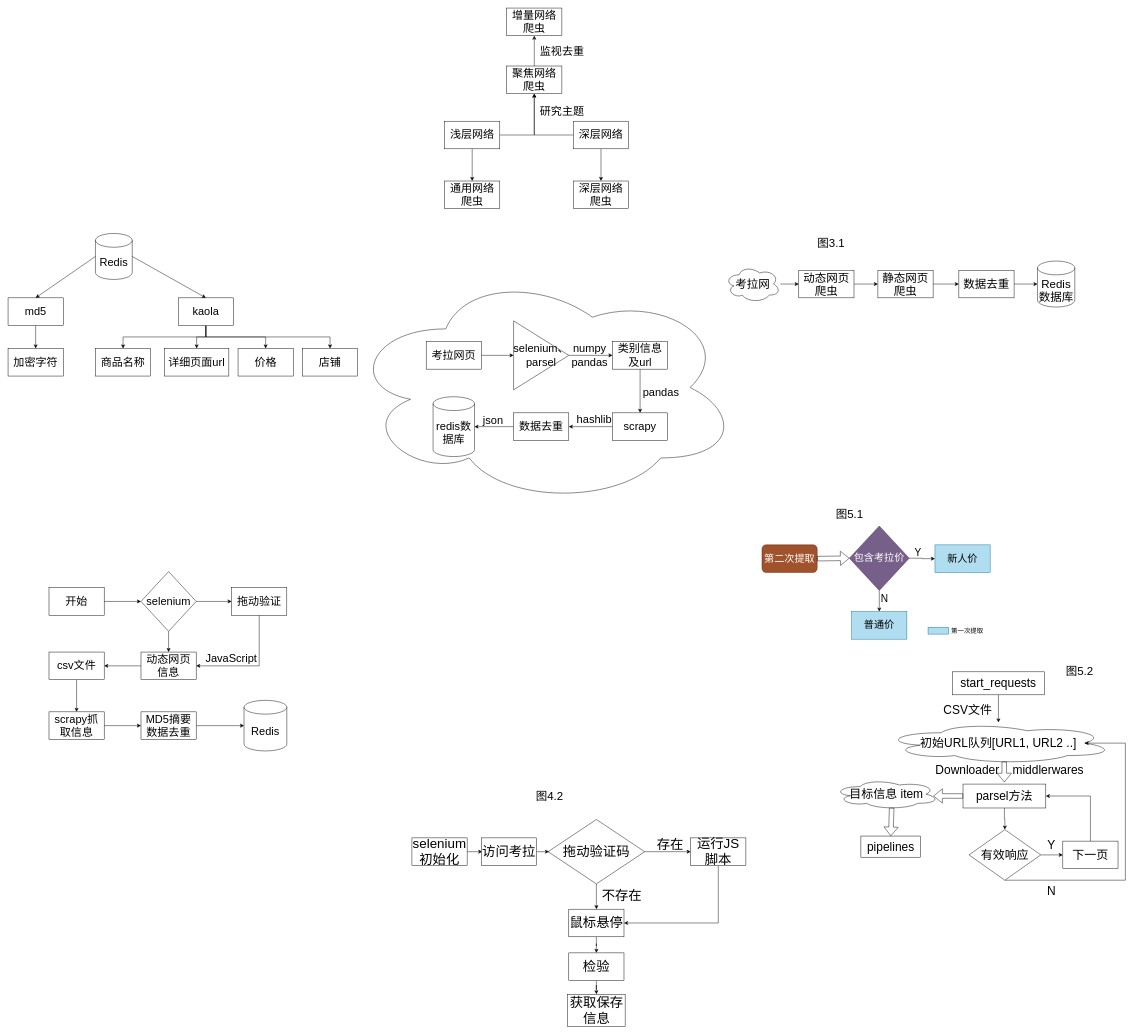
The draw.io diagram 4.1毕设.drawio in Thesoul20/daily-work, before the edit. Source tidied: cells renumbered, new cells numbered last; positions are measured from the earlier drawing's top-left corner, leaving out a move shared by most shapes. Both pictures are drawn from the tidied source at 46%, with x=0, y=0 at pixel (8, 8).
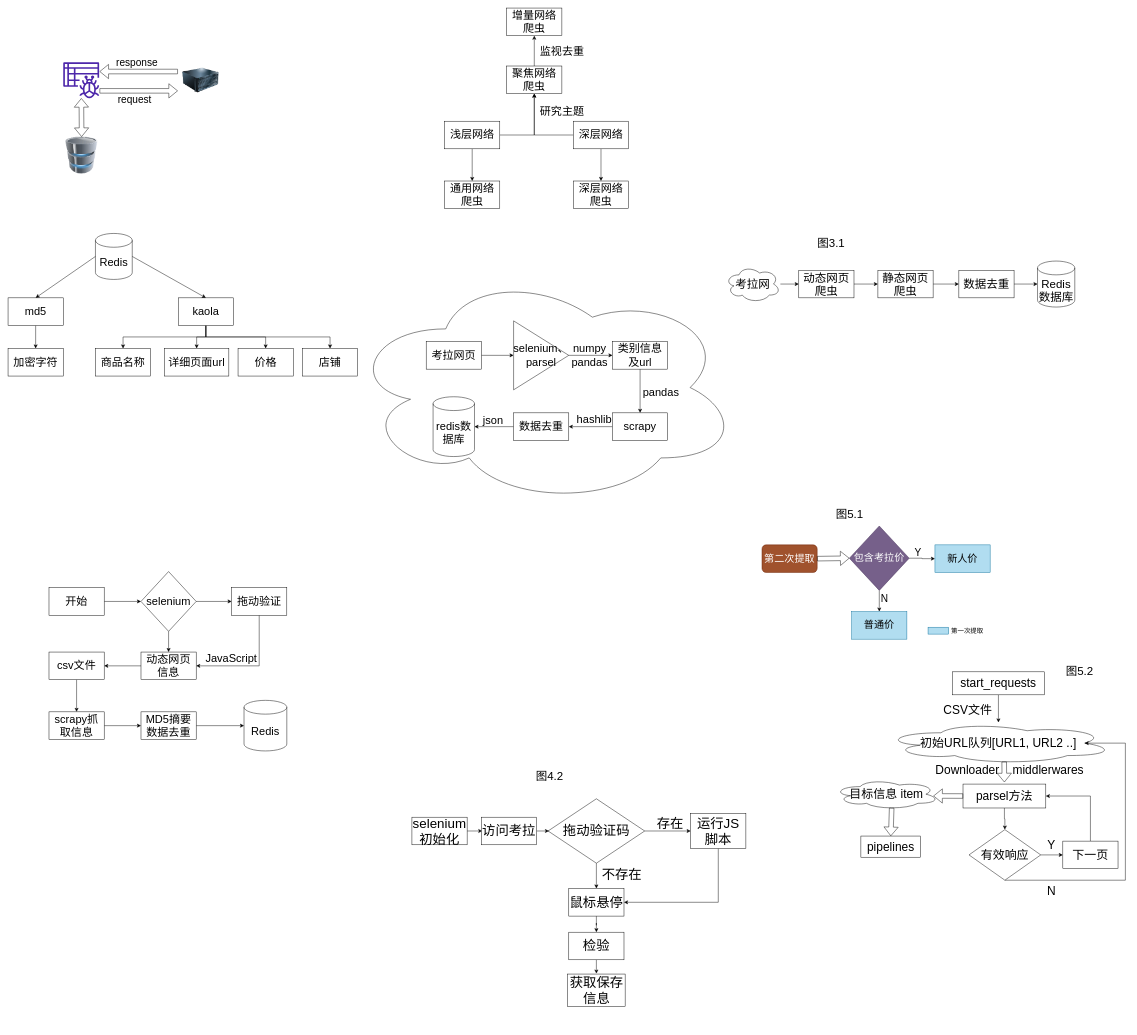
After the change.

Change to the diagram source:
```diff
@@
     <mxCell id="65" value="拖动验证码" style="rhombus;whiteSpace=wrap;html=1;fontSize=29;" parent="1" vertex="1">
-      <mxGeometry x="1174" y="1764" width="210" height="140" as="geometry" />
+      <mxGeometry x="1174" y="1719" width="210" height="140" as="geometry" />
     </mxCell>
     <mxCell id="66" style="edgeStyle=orthogonalEdgeStyle;rounded=0;jettySize=auto;html=1;fontSize=25;" parent="1" edge="1" source="67">
       <mxGeometry relative="1" as="geometry">
-        <mxPoint x="1031" y="1834" as="targetPoint" />
+        <mxPoint x="1031" y="1789" as="targetPoint" />
       </mxGeometry>
     </mxCell>
     <mxCell id="67" value="selenium初始化" style="rounded=0;whiteSpace=wrap;html=1;fontSize=29;" parent="1" vertex="1">
-      <mxGeometry x="878" y="1804" width="120" height="60" as="geometry" />
+      <mxGeometry x="878" y="1759" width="120" height="60" as="geometry" />
     </mxCell>
     <mxCell id="68" style="edgeStyle=orthogonalEdgeStyle;rounded=0;jettySize=auto;html=1;fontSize=25;" parent="1" edge="1" source="69">
       <mxGeometry relative="1" as="geometry">
-        <mxPoint x="1176" y="1834" as="targetPoint" />
+        <mxPoint x="1176" y="1789" as="targetPoint" />
       </mxGeometry>
     </mxCell>
     <mxCell id="69" value="访问考拉" style="rounded=0;whiteSpace=wrap;html=1;fontSize=29;" parent="1" vertex="1">
-      <mxGeometry x="1029" y="1804" width="120" height="60" as="geometry" />
+      <mxGeometry x="1029" y="1759" width="120" height="60" as="geometry" />
     </mxCell>
@@
     <mxCell id="71" value="运行JS脚本" style="rounded=0;whiteSpace=wrap;html=1;fontSize=29;" parent="1" vertex="1">
-      <mxGeometry x="1484" y="1804" width="120" height="60" as="geometry" />
+      <mxGeometry x="1484" y="1751" width="120" height="76" as="geometry" />
     </mxCell>
@@
     <mxCell id="73" value="鼠标悬停" style="rounded=0;whiteSpace=wrap;html=1;fontSize=29;" parent="1" vertex="1">
-      <mxGeometry x="1219" y="1959" width="120" height="60" as="geometry" />
+      <mxGeometry x="1219" y="1914" width="120" height="60" as="geometry" />
     </mxCell>
-    <mxCell id="74" style="edgeStyle=orthogonalEdgeStyle;rounded=0;jettySize=auto;html=1;fontSize=25;" parent="1" edge="1" source="75" target="76">
-      <mxGeometry relative="1" as="geometry" />
+    <mxCell id="74" style="edgeStyle=orthogonalEdgeStyle;rounded=0;jettySize=auto;html=1;fontSize=25;" parent="1" edge="1" source="75">
+      <mxGeometry relative="1" as="geometry">
+        <mxPoint x="1279" y="2099" as="targetPoint" />
+      </mxGeometry>
     </mxCell>
     <mxCell id="75" value="检验" style="rounded=0;whiteSpace=wrap;html=1;fontSize=29;" parent="1" vertex="1">
-      <mxGeometry x="1219" y="2054" width="120" height="60" as="geometry" />
+      <mxGeometry x="1219" y="2009" width="120" height="60" as="geometry" />
     </mxCell>
     <mxCell id="76" value="获取保存信息" style="rounded=0;whiteSpace=wrap;html=1;fontSize=29;" parent="1" vertex="1">
-      <mxGeometry x="1216.5" y="2144" width="125" height="70" as="geometry" />
+      <mxGeometry x="1216.5" y="2100" width="125" height="70" as="geometry" />
     </mxCell>
     <mxCell id="77" value="存在" style="text;html=1;align=center;verticalAlign=middle;strokeColor=none;fillColor=none;fontSize=29;" parent="1" vertex="1">
-      <mxGeometry x="1404" y="1799" width="70" height="40" as="geometry" />
+      <mxGeometry x="1404" y="1754" width="70" height="40" as="geometry" />
     </mxCell>
     <mxCell id="78" value="不存在" style="text;html=1;align=center;verticalAlign=middle;strokeColor=none;fillColor=none;fontSize=29;" parent="1" vertex="1">
-      <mxGeometry x="1284" y="1909" width="100" height="40" as="geometry" />
+      <mxGeometry x="1284" y="1864" width="100" height="40" as="geometry" />
     </mxCell>
@@
     <mxCell id="120" value="图4.2" style="text;html=1;align=center;verticalAlign=middle;strokeColor=none;fillColor=none;fontSize=25;" parent="1" vertex="1">
-      <mxGeometry x="1136.5" y="1693" width="80" height="40" as="geometry" />
+      <mxGeometry x="1136.5" y="1648" width="80" height="40" as="geometry" />
     </mxCell>
@@
+    <mxCell id="122" style="image;html=1;image=img/lib/clip_art/computers/Server_128x128.png;fontSize=22;" parent="1" vertex="1">
+      <mxGeometry x="379" y="117" width="80" height="80" as="geometry" />
+    </mxCell>
+    <mxCell id="123" style="sketch=0;outlineConnect=0;fontColor=#232F3E;gradientColor=none;fillColor=#4D27AA;strokeColor=none;dashed=0;verticalLabelPosition=bottom;verticalAlign=top;align=center;html=1;fontSize=12;fontStyle=0;shape=mxgraph.aws4.glue_crawlers;" parent="1" vertex="1">
+      <mxGeometry x="120" y="118" width="78" height="78" as="geometry" />
+    </mxCell>
+    <mxCell id="124" style="shape=flexArrow;endArrow=classic;html=1;rounded=0;fontSize=22;" parent="1" edge="1">
+      <mxGeometry relative="1" as="geometry">
+        <mxPoint x="199" y="180" as="sourcePoint" />
+        <mxPoint x="369" y="180" as="targetPoint" />
+      </mxGeometry>
+    </mxCell>
+    <mxCell id="125" value="request" style="text;html=1;align=center;verticalAlign=middle;strokeColor=none;fillColor=none;fontSize=22;" parent="1" vertex="1">
+      <mxGeometry x="230" y="184" width="90" height="30" as="geometry" />
+    </mxCell>
+    <mxCell id="126" style="shape=flexArrow;endArrow=classic;html=1;rounded=0;fontSize=22;" parent="1" edge="1">
+      <mxGeometry relative="1" as="geometry">
+        <mxPoint x="369" y="138" as="sourcePoint" />
+        <mxPoint x="199" y="138" as="targetPoint" />
+      </mxGeometry>
+    </mxCell>
+    <mxCell id="127" value="response" style="text;html=1;align=center;verticalAlign=middle;strokeColor=none;fillColor=none;fontSize=22;" parent="1" vertex="1">
+      <mxGeometry x="225" y="105" width="110" height="30" as="geometry" />
+    </mxCell>
+    <mxCell id="128" style="image;html=1;image=img/lib/clip_art/computers/Database_128x128.png;fontSize=22;imageBackground=none;" parent="1" vertex="1">
+      <mxGeometry x="120" y="280" width="80" height="80" as="geometry" />
+    </mxCell>
+    <mxCell id="129" style="shape=flexArrow;endArrow=classic;startArrow=classic;html=1;rounded=0;fontSize=22;exitX=0.5;exitY=0;exitDx=0;exitDy=0;" parent="1" edge="1" source="128" target="123">
+      <mxGeometry relative="1" as="geometry" />
+    </mxCell>
```
